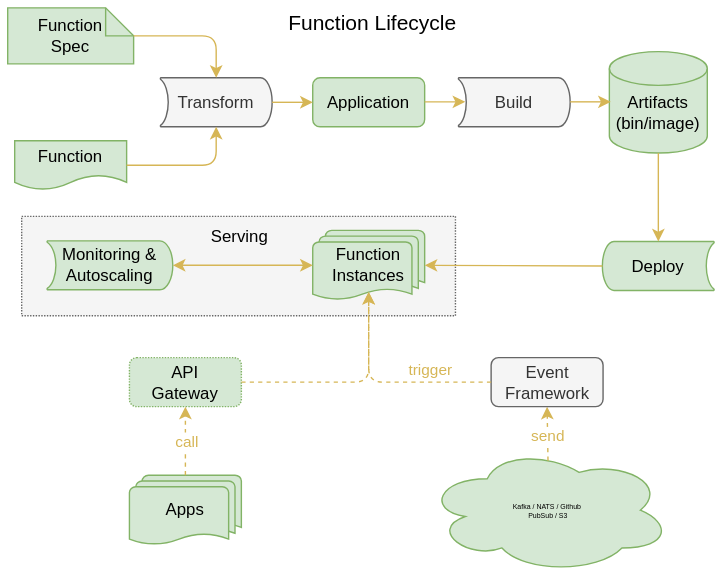
OpenFunction/OpenFunction keeps this draw.io diagram as docs/images/function-lifecycle.svg. Above is the earlier version. Source tidied: cells renumbered, new cells last; positions are measured from the earlier drawing's top-left corner, leaving out a move shared by most shapes. Its diagram source:
```xml
<mxGraphModel>
  <root>
    <mxCell id="0" />
    <mxCell id="1" parent="0" />
    <mxCell id="2" style="rounded=0;whiteSpace=wrap;html=1;dashed=1;fontColor=#333333;strokeWidth=1;fillColor=#f5f5f5;strokeColor=#666666;dashPattern=1 1;" parent="1" vertex="1">
      <mxGeometry x="10" y="149" width="310" height="71" as="geometry" />
    </mxCell>
    <mxCell id="3" value="Function" style="shape=document;whiteSpace=wrap;html=1;boundedLbl=1;fontSize=12;fillColor=#d5e8d4;strokeColor=#82b366;" parent="1" vertex="1">
      <mxGeometry x="5" y="95" width="80" height="35" as="geometry" />
    </mxCell>
    <mxCell id="4" value="&lt;font style=&quot;font-size: 5px&quot;&gt;Kafka / NATS / Github&amp;nbsp;&lt;br&gt;&lt;/font&gt;PubSub / S3" style="ellipse;shape=cloud;whiteSpace=wrap;html=1;fontSize=5;fillColor=#d5e8d4;strokeColor=#82b366;" parent="1" vertex="1">
      <mxGeometry x="299" y="314" width="175" height="90" as="geometry" />
    </mxCell>
    <mxCell id="5" value="Application" style="rounded=1;whiteSpace=wrap;html=1;fontSize=12;fillColor=#d5e8d4;strokeColor=#82b366;" parent="1" vertex="1">
      <mxGeometry x="218" y="50" width="80" height="35" as="geometry" />
    </mxCell>
    <mxCell id="6" value="Function&lt;br&gt;Spec" style="shape=note;size=20;whiteSpace=wrap;html=1;strokeWidth=1;fillColor=#d5e8d4;strokeColor=#82b366;" parent="1" vertex="1">
      <mxGeometry width="90" height="40" as="geometry" />
    </mxCell>
    <mxCell id="7" value="Transform" style="strokeWidth=1;html=1;shape=mxgraph.flowchart.stored_data;whiteSpace=wrap;direction=west;fillColor=#f5f5f5;strokeColor=#666666;fontColor=#333333;" parent="1" vertex="1">
      <mxGeometry x="109" y="50" width="80" height="35" as="geometry" />
    </mxCell>
    <mxCell id="8" style="edgeStyle=elbowEdgeStyle;elbow=horizontal;endArrow=classic;html=1;strokeWidth=1;exitX=1;exitY=0.5;exitDx=0;exitDy=0;entryX=0.5;entryY=0;entryDx=0;entryDy=0;entryPerimeter=0;fillColor=#fff2cc;strokeColor=#d6b656;" parent="1" edge="1" source="3" target="7">
      <mxGeometry relative="1" as="geometry">
        <Array as="points">
          <mxPoint x="149" y="100" />
        </Array>
      </mxGeometry>
    </mxCell>
    <mxCell id="9" style="edgeStyle=elbowEdgeStyle;elbow=horizontal;endArrow=classic;html=1;strokeWidth=1;exitX=0;exitY=0;exitDx=90;exitDy=20;fillColor=#fff2cc;strokeColor=#d6b656;exitPerimeter=0;entryX=0.5;entryY=1;entryDx=0;entryDy=0;entryPerimeter=0;" parent="1" edge="1" source="6" target="7">
      <mxGeometry relative="1" as="geometry">
        <Array as="points">
          <mxPoint x="149" y="40" />
          <mxPoint x="168" y="110" />
        </Array>
      </mxGeometry>
    </mxCell>
    <mxCell id="10" style="endArrow=classic;html=1;fontSize=5;strokeColor=#d6b656;exitX=0;exitY=0.5;exitDx=0;exitDy=0;exitPerimeter=0;fontColor=#7EA6E0;fillColor=#fff2cc;entryX=0;entryY=0.5;entryDx=0;entryDy=0;" parent="1" edge="1" source="7" target="5">
      <mxGeometry relative="1" as="geometry" />
    </mxCell>
    <mxCell id="11" value="Build" style="strokeWidth=1;html=1;shape=mxgraph.flowchart.stored_data;whiteSpace=wrap;direction=west;fillColor=#f5f5f5;strokeColor=#666666;fontColor=#333333;" parent="1" vertex="1">
      <mxGeometry x="322" y="50" width="80" height="35" as="geometry" />
    </mxCell>
    <mxCell id="12" style="endArrow=classic;html=1;fontSize=5;strokeColor=#d6b656;exitX=0;exitY=0.5;exitDx=0;exitDy=0;exitPerimeter=0;fontColor=#7EA6E0;fillColor=#fff2cc;entryX=0;entryY=0.5;entryDx=0;entryDy=0;" parent="1" edge="1">
      <mxGeometry relative="1" as="geometry">
        <mxPoint x="298" y="67.2" as="sourcePoint" />
        <mxPoint x="327" y="67.2" as="targetPoint" />
      </mxGeometry>
    </mxCell>
    <mxCell id="13" value="&lt;span&gt;&lt;br&gt;Artifacts&lt;/span&gt;&lt;br&gt;&lt;span&gt;(bin/image)&lt;/span&gt;" style="strokeWidth=1;html=1;shape=mxgraph.flowchart.database;whiteSpace=wrap;fillColor=#d5e8d4;strokeColor=#82b366;" parent="1" vertex="1">
      <mxGeometry x="430" y="31.2" width="70" height="72.5" as="geometry" />
    </mxCell>
    <mxCell id="14" style="endArrow=classic;html=1;fontSize=5;strokeColor=#d6b656;exitX=0;exitY=0.5;exitDx=0;exitDy=0;exitPerimeter=0;fontColor=#7EA6E0;fillColor=#fff2cc;entryX=0;entryY=0.5;entryDx=0;entryDy=0;" parent="1" edge="1">
      <mxGeometry relative="1" as="geometry">
        <mxPoint x="402" y="67.2" as="sourcePoint" />
        <mxPoint x="431" y="67.2" as="targetPoint" />
      </mxGeometry>
    </mxCell>
    <mxCell id="15" value="Deploy" style="strokeWidth=1;html=1;shape=mxgraph.flowchart.stored_data;whiteSpace=wrap;direction=east;fillColor=#d5e8d4;strokeColor=#82b366;" parent="1" vertex="1">
      <mxGeometry x="425" y="167" width="80" height="35" as="geometry" />
    </mxCell>
    <mxCell id="16" style="endArrow=classic;html=1;strokeWidth=1;exitX=0.5;exitY=1;exitDx=0;exitDy=0;exitPerimeter=0;fillColor=#fff2cc;strokeColor=#d6b656;" parent="1" edge="1" source="13" target="15">
      <mxGeometry relative="1" as="geometry" />
    </mxCell>
    <mxCell id="17" value="Function&lt;br&gt;Instances" style="strokeWidth=1;html=1;shape=mxgraph.flowchart.multi-document;whiteSpace=wrap;fillColor=#d5e8d4;strokeColor=#82b366;align=center;" parent="1" vertex="1">
      <mxGeometry x="218" y="159" width="80" height="50" as="geometry" />
    </mxCell>
    <mxCell id="18" style="endArrow=classic;html=1;strokeWidth=1;exitX=0;exitY=0.5;exitDx=0;exitDy=0;exitPerimeter=0;fillColor=#fff2cc;strokeColor=#d6b656;entryX=1;entryY=0.5;entryDx=0;entryDy=0;entryPerimeter=0;" parent="1" edge="1" source="15" target="17">
      <mxGeometry relative="1" as="geometry" />
    </mxCell>
    <mxCell id="19" value="Monitoring &amp;amp;&lt;br&gt;Autoscaling" style="strokeWidth=1;html=1;shape=mxgraph.flowchart.stored_data;whiteSpace=wrap;direction=west;fillColor=#d5e8d4;strokeColor=#82b366;" parent="1" vertex="1">
      <mxGeometry x="28" y="166.5" width="90" height="35" as="geometry" />
    </mxCell>
    <mxCell id="20" style="endArrow=classic;html=1;strokeWidth=1;exitX=0;exitY=0.5;exitDx=0;exitDy=0;exitPerimeter=0;fillColor=#fff2cc;strokeColor=#d6b656;entryX=0;entryY=0.5;entryDx=0;entryDy=0;entryPerimeter=0;startArrow=classic;startFill=1;" parent="1" edge="1" source="19" target="17">
      <mxGeometry relative="1" as="geometry" />
    </mxCell>
    <mxCell id="21" style="endArrow=classic;html=1;strokeWidth=1;fillColor=#fff2cc;strokeColor=#d6b656;entryX=0.5;entryY=1;entryDx=0;entryDy=0;exitX=0.498;exitY=0.107;exitDx=0;exitDy=0;exitPerimeter=0;dashed=1;" parent="1" edge="1" source="4" target="22">
      <mxGeometry relative="1" as="geometry" />
    </mxCell>
    <mxCell id="22" value="Event&lt;br&gt;Framework" style="rounded=1;whiteSpace=wrap;html=1;fontSize=12;fillColor=#f5f5f5;strokeColor=#666666;fontColor=#333333;" parent="1" vertex="1">
      <mxGeometry x="345.5" y="250" width="80" height="35" as="geometry" />
    </mxCell>
    <mxCell id="23" style="edgeStyle=elbowEdgeStyle;elbow=horizontal;endArrow=classic;html=1;strokeWidth=1;exitX=0;exitY=0.5;exitDx=0;exitDy=0;entryX=0.5;entryY=0.88;entryDx=0;entryDy=0;entryPerimeter=0;fillColor=#fff2cc;strokeColor=#d6b656;dashed=1;" parent="1" edge="1" source="22" target="17">
      <mxGeometry relative="1" as="geometry">
        <Array as="points">
          <mxPoint x="258" y="240" />
        </Array>
      </mxGeometry>
    </mxCell>
    <mxCell id="24" value="trigger" style="edgeLabel;html=1;align=center;verticalAlign=middle;fontColor=#D6B656;" parent="23" vertex="1">
      <mxGeometry x="-0.42" y="-1" relative="1" as="geometry">
        <mxPoint y="-8" as="offset" />
      </mxGeometry>
    </mxCell>
    <mxCell id="25" value="API&lt;br&gt;Gateway" style="rounded=1;whiteSpace=wrap;html=1;fontSize=12;fillColor=#d5e8d4;strokeColor=#82b366;dashed=1;dashPattern=1 1;" parent="1" vertex="1">
      <mxGeometry x="87" y="250" width="80" height="35" as="geometry" />
    </mxCell>
    <mxCell id="26" style="edgeStyle=elbowEdgeStyle;elbow=horizontal;endArrow=classic;html=1;strokeWidth=1;exitX=1;exitY=0.5;exitDx=0;exitDy=0;entryX=0.5;entryY=0.88;entryDx=0;entryDy=0;entryPerimeter=0;fillColor=#fff2cc;strokeColor=#d6b656;startArrow=none;startFill=0;dashed=1;" parent="1" edge="1" source="25" target="17">
      <mxGeometry relative="1" as="geometry">
        <Array as="points">
          <mxPoint x="258" y="240" />
        </Array>
      </mxGeometry>
    </mxCell>
    <mxCell id="27" value="Apps" style="strokeWidth=1;html=1;shape=mxgraph.flowchart.multi-document;whiteSpace=wrap;fillColor=#d5e8d4;strokeColor=#82b366;align=center;" parent="1" vertex="1">
      <mxGeometry x="87" y="334" width="80" height="50" as="geometry" />
    </mxCell>
    <mxCell id="28" style="endArrow=classic;html=1;fontSize=5;strokeColor=#d6b656;exitX=0.5;exitY=0;exitDx=0;exitDy=0;exitPerimeter=0;fontColor=#7EA6E0;fillColor=#fff2cc;entryX=0.5;entryY=1;entryDx=0;entryDy=0;startArrow=none;startFill=0;dashed=1;" parent="1" edge="1" source="27" target="25">
      <mxGeometry relative="1" as="geometry" />
    </mxCell>
    <mxCell id="29" value="call" style="edgeLabel;html=1;align=center;verticalAlign=middle;fontColor=#D6B656;" parent="28" vertex="1">
      <mxGeometry x="0.18" relative="1" as="geometry">
        <mxPoint y="4" as="offset" />
      </mxGeometry>
    </mxCell>
    <mxCell id="30" value="send" style="edgeLabel;html=1;align=center;verticalAlign=middle;fontColor=#D6B656;" parent="1" vertex="1">
      <mxGeometry x="142" y="318.7" as="geometry">
        <mxPoint x="243" y="-13" as="offset" />
      </mxGeometry>
    </mxCell>
    <mxCell id="31" value="&lt;font color=&quot;#000000&quot;&gt;Serving&lt;/font&gt;" style="text;html=1;strokeColor=none;fillColor=none;align=center;verticalAlign=middle;whiteSpace=wrap;rounded=0;dashed=1;dashPattern=1 1;fontColor=#D6B656;" parent="1" vertex="1">
      <mxGeometry x="146" y="154" width="40" height="20" as="geometry" />
    </mxCell>
    <mxCell id="32" value="&lt;font style=&quot;font-size: 15px&quot;&gt;Function Lifecycle&lt;/font&gt;" style="text;html=1;strokeColor=none;fillColor=none;align=center;verticalAlign=middle;whiteSpace=wrap;rounded=0;" parent="1" vertex="1">
      <mxGeometry x="175.5" width="170" height="20" as="geometry" />
    </mxCell>
  </root>
</mxGraphModel>
```
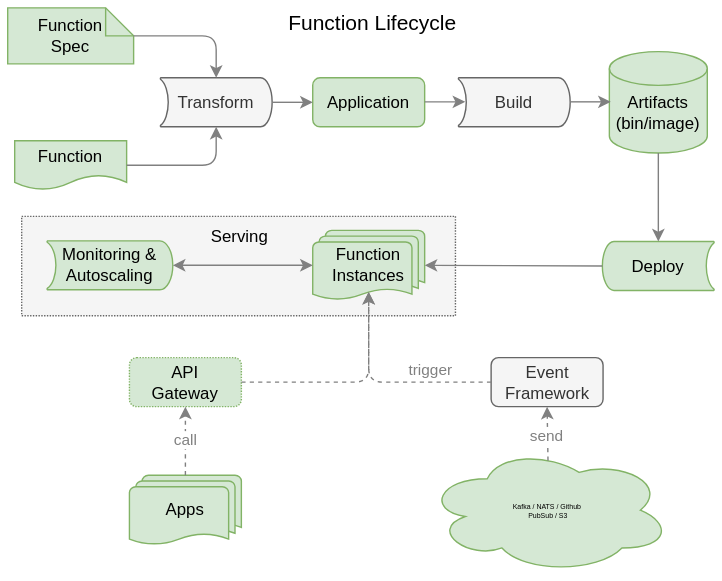
Above is the later version.

Commit message:
change image for function lifecycle (#320)

Change to the diagram source:
```diff
@@ -20,14 +20,14 @@
     <mxCell id="7" value="Transform" style="strokeWidth=1;html=1;shape=mxgraph.flowchart.stored_data;whiteSpace=wrap;direction=west;fillColor=#f5f5f5;strokeColor=#666666;fontColor=#333333;" parent="1" vertex="1">
       <mxGeometry x="109" y="50" width="80" height="35" as="geometry" />
     </mxCell>
-    <mxCell id="8" style="edgeStyle=elbowEdgeStyle;elbow=horizontal;endArrow=classic;html=1;strokeWidth=1;exitX=1;exitY=0.5;exitDx=0;exitDy=0;entryX=0.5;entryY=0;entryDx=0;entryDy=0;entryPerimeter=0;fillColor=#fff2cc;strokeColor=#d6b656;" parent="1" edge="1" source="3" target="7">
+    <mxCell id="8" style="edgeStyle=elbowEdgeStyle;elbow=horizontal;endArrow=classic;html=1;strokeWidth=1;exitX=1;exitY=0.5;exitDx=0;exitDy=0;entryX=0.5;entryY=0;entryDx=0;entryDy=0;entryPerimeter=0;fillColor=#fff2cc;strokeColor=#808080;" parent="1" edge="1" source="3" target="7">
       <mxGeometry relative="1" as="geometry">
         <Array as="points">
           <mxPoint x="149" y="100" />
         </Array>
       </mxGeometry>
     </mxCell>
-    <mxCell id="9" style="edgeStyle=elbowEdgeStyle;elbow=horizontal;endArrow=classic;html=1;strokeWidth=1;exitX=0;exitY=0;exitDx=90;exitDy=20;fillColor=#fff2cc;strokeColor=#d6b656;exitPerimeter=0;entryX=0.5;entryY=1;entryDx=0;entryDy=0;entryPerimeter=0;" parent="1" edge="1" source="6" target="7">
+    <mxCell id="9" style="edgeStyle=elbowEdgeStyle;elbow=horizontal;endArrow=classic;html=1;strokeWidth=1;exitX=0;exitY=0;exitDx=90;exitDy=20;fillColor=#fff2cc;strokeColor=#808080;exitPerimeter=0;entryX=0.5;entryY=1;entryDx=0;entryDy=0;entryPerimeter=0;" parent="1" edge="1" source="6" target="7">
       <mxGeometry relative="1" as="geometry">
         <Array as="points">
           <mxPoint x="149" y="40" />
@@ -35,13 +35,13 @@
         </Array>
       </mxGeometry>
     </mxCell>
-    <mxCell id="10" style="endArrow=classic;html=1;fontSize=5;strokeColor=#d6b656;exitX=0;exitY=0.5;exitDx=0;exitDy=0;exitPerimeter=0;fontColor=#7EA6E0;fillColor=#fff2cc;entryX=0;entryY=0.5;entryDx=0;entryDy=0;" parent="1" edge="1" source="7" target="5">
+    <mxCell id="10" style="endArrow=classic;html=1;fontSize=5;strokeColor=#808080;exitX=0;exitY=0.5;exitDx=0;exitDy=0;exitPerimeter=0;fontColor=#7EA6E0;fillColor=#fff2cc;entryX=0;entryY=0.5;entryDx=0;entryDy=0;" parent="1" edge="1" source="7" target="5">
       <mxGeometry relative="1" as="geometry" />
     </mxCell>
     <mxCell id="11" value="Build" style="strokeWidth=1;html=1;shape=mxgraph.flowchart.stored_data;whiteSpace=wrap;direction=west;fillColor=#f5f5f5;strokeColor=#666666;fontColor=#333333;" parent="1" vertex="1">
       <mxGeometry x="322" y="50" width="80" height="35" as="geometry" />
     </mxCell>
-    <mxCell id="12" style="endArrow=classic;html=1;fontSize=5;strokeColor=#d6b656;exitX=0;exitY=0.5;exitDx=0;exitDy=0;exitPerimeter=0;fontColor=#7EA6E0;fillColor=#fff2cc;entryX=0;entryY=0.5;entryDx=0;entryDy=0;" parent="1" edge="1">
+    <mxCell id="12" style="endArrow=classic;html=1;fontSize=5;strokeColor=#808080;exitX=0;exitY=0.5;exitDx=0;exitDy=0;exitPerimeter=0;fontColor=#7EA6E0;fillColor=#fff2cc;entryX=0;entryY=0.5;entryDx=0;entryDy=0;" parent="1" edge="1">
       <mxGeometry relative="1" as="geometry">
         <mxPoint x="298" y="67.2" as="sourcePoint" />
         <mxPoint x="327" y="67.2" as="targetPoint" />
@@ -50,7 +50,7 @@
     <mxCell id="13" value="&lt;span&gt;&lt;br&gt;Artifacts&lt;/span&gt;&lt;br&gt;&lt;span&gt;(bin/image)&lt;/span&gt;" style="strokeWidth=1;html=1;shape=mxgraph.flowchart.database;whiteSpace=wrap;fillColor=#d5e8d4;strokeColor=#82b366;" parent="1" vertex="1">
       <mxGeometry x="430" y="31.2" width="70" height="72.5" as="geometry" />
     </mxCell>
-    <mxCell id="14" style="endArrow=classic;html=1;fontSize=5;strokeColor=#d6b656;exitX=0;exitY=0.5;exitDx=0;exitDy=0;exitPerimeter=0;fontColor=#7EA6E0;fillColor=#fff2cc;entryX=0;entryY=0.5;entryDx=0;entryDy=0;" parent="1" edge="1">
+    <mxCell id="14" style="endArrow=classic;html=1;fontSize=5;strokeColor=#808080;exitX=0;exitY=0.5;exitDx=0;exitDy=0;exitPerimeter=0;fontColor=#7EA6E0;fillColor=#fff2cc;entryX=0;entryY=0.5;entryDx=0;entryDy=0;" parent="1" edge="1">
       <mxGeometry relative="1" as="geometry">
         <mxPoint x="402" y="67.2" as="sourcePoint" />
         <mxPoint x="431" y="67.2" as="targetPoint" />
@@ -59,35 +59,35 @@
     <mxCell id="15" value="Deploy" style="strokeWidth=1;html=1;shape=mxgraph.flowchart.stored_data;whiteSpace=wrap;direction=east;fillColor=#d5e8d4;strokeColor=#82b366;" parent="1" vertex="1">
       <mxGeometry x="425" y="167" width="80" height="35" as="geometry" />
     </mxCell>
-    <mxCell id="16" style="endArrow=classic;html=1;strokeWidth=1;exitX=0.5;exitY=1;exitDx=0;exitDy=0;exitPerimeter=0;fillColor=#fff2cc;strokeColor=#d6b656;" parent="1" edge="1" source="13" target="15">
+    <mxCell id="16" style="endArrow=classic;html=1;strokeWidth=1;exitX=0.5;exitY=1;exitDx=0;exitDy=0;exitPerimeter=0;fillColor=#fff2cc;strokeColor=#808080;" parent="1" edge="1" source="13" target="15">
       <mxGeometry relative="1" as="geometry" />
     </mxCell>
     <mxCell id="17" value="Function&lt;br&gt;Instances" style="strokeWidth=1;html=1;shape=mxgraph.flowchart.multi-document;whiteSpace=wrap;fillColor=#d5e8d4;strokeColor=#82b366;align=center;" parent="1" vertex="1">
       <mxGeometry x="218" y="159" width="80" height="50" as="geometry" />
     </mxCell>
-    <mxCell id="18" style="endArrow=classic;html=1;strokeWidth=1;exitX=0;exitY=0.5;exitDx=0;exitDy=0;exitPerimeter=0;fillColor=#fff2cc;strokeColor=#d6b656;entryX=1;entryY=0.5;entryDx=0;entryDy=0;entryPerimeter=0;" parent="1" edge="1" source="15" target="17">
+    <mxCell id="18" style="endArrow=classic;html=1;strokeWidth=1;exitX=0;exitY=0.5;exitDx=0;exitDy=0;exitPerimeter=0;fillColor=#fff2cc;strokeColor=#808080;entryX=1;entryY=0.5;entryDx=0;entryDy=0;entryPerimeter=0;" parent="1" edge="1" source="15" target="17">
       <mxGeometry relative="1" as="geometry" />
     </mxCell>
     <mxCell id="19" value="Monitoring &amp;amp;&lt;br&gt;Autoscaling" style="strokeWidth=1;html=1;shape=mxgraph.flowchart.stored_data;whiteSpace=wrap;direction=west;fillColor=#d5e8d4;strokeColor=#82b366;" parent="1" vertex="1">
       <mxGeometry x="28" y="166.5" width="90" height="35" as="geometry" />
     </mxCell>
-    <mxCell id="20" style="endArrow=classic;html=1;strokeWidth=1;exitX=0;exitY=0.5;exitDx=0;exitDy=0;exitPerimeter=0;fillColor=#fff2cc;strokeColor=#d6b656;entryX=0;entryY=0.5;entryDx=0;entryDy=0;entryPerimeter=0;startArrow=classic;startFill=1;" parent="1" edge="1" source="19" target="17">
+    <mxCell id="20" style="endArrow=classic;html=1;strokeWidth=1;exitX=0;exitY=0.5;exitDx=0;exitDy=0;exitPerimeter=0;fillColor=#fff2cc;strokeColor=#808080;entryX=0;entryY=0.5;entryDx=0;entryDy=0;entryPerimeter=0;startArrow=classic;startFill=1;" parent="1" edge="1" source="19" target="17">
       <mxGeometry relative="1" as="geometry" />
     </mxCell>
-    <mxCell id="21" style="endArrow=classic;html=1;strokeWidth=1;fillColor=#fff2cc;strokeColor=#d6b656;entryX=0.5;entryY=1;entryDx=0;entryDy=0;exitX=0.498;exitY=0.107;exitDx=0;exitDy=0;exitPerimeter=0;dashed=1;" parent="1" edge="1" source="4" target="22">
+    <mxCell id="21" style="endArrow=classic;html=1;strokeWidth=1;fillColor=#fff2cc;strokeColor=#808080;entryX=0.5;entryY=1;entryDx=0;entryDy=0;exitX=0.498;exitY=0.107;exitDx=0;exitDy=0;exitPerimeter=0;dashed=1;" parent="1" edge="1" source="4" target="22">
       <mxGeometry relative="1" as="geometry" />
     </mxCell>
     <mxCell id="22" value="Event&lt;br&gt;Framework" style="rounded=1;whiteSpace=wrap;html=1;fontSize=12;fillColor=#f5f5f5;strokeColor=#666666;fontColor=#333333;" parent="1" vertex="1">
       <mxGeometry x="345.5" y="250" width="80" height="35" as="geometry" />
     </mxCell>
-    <mxCell id="23" style="edgeStyle=elbowEdgeStyle;elbow=horizontal;endArrow=classic;html=1;strokeWidth=1;exitX=0;exitY=0.5;exitDx=0;exitDy=0;entryX=0.5;entryY=0.88;entryDx=0;entryDy=0;entryPerimeter=0;fillColor=#fff2cc;strokeColor=#d6b656;dashed=1;" parent="1" edge="1" source="22" target="17">
+    <mxCell id="23" style="edgeStyle=elbowEdgeStyle;elbow=horizontal;endArrow=classic;html=1;strokeWidth=1;exitX=0;exitY=0.5;exitDx=0;exitDy=0;entryX=0.5;entryY=0.88;entryDx=0;entryDy=0;entryPerimeter=0;fillColor=#fff2cc;strokeColor=#808080;dashed=1;" parent="1" edge="1" source="22" target="17">
       <mxGeometry relative="1" as="geometry">
         <Array as="points">
           <mxPoint x="258" y="240" />
         </Array>
       </mxGeometry>
     </mxCell>
-    <mxCell id="24" value="trigger" style="edgeLabel;html=1;align=center;verticalAlign=middle;fontColor=#D6B656;" parent="23" vertex="1">
+    <mxCell id="24" value="trigger" style="edgeLabel;html=1;align=center;verticalAlign=middle;fontColor=#808080;" parent="23" vertex="1">
       <mxGeometry x="-0.42" y="-1" relative="1" as="geometry">
         <mxPoint y="-8" as="offset" />
       </mxGeometry>
@@ -95,7 +95,7 @@
     <mxCell id="25" value="API&lt;br&gt;Gateway" style="rounded=1;whiteSpace=wrap;html=1;fontSize=12;fillColor=#d5e8d4;strokeColor=#82b366;dashed=1;dashPattern=1 1;" parent="1" vertex="1">
       <mxGeometry x="87" y="250" width="80" height="35" as="geometry" />
     </mxCell>
-    <mxCell id="26" style="edgeStyle=elbowEdgeStyle;elbow=horizontal;endArrow=classic;html=1;strokeWidth=1;exitX=1;exitY=0.5;exitDx=0;exitDy=0;entryX=0.5;entryY=0.88;entryDx=0;entryDy=0;entryPerimeter=0;fillColor=#fff2cc;strokeColor=#d6b656;startArrow=none;startFill=0;dashed=1;" parent="1" edge="1" source="25" target="17">
+    <mxCell id="26" style="edgeStyle=elbowEdgeStyle;elbow=horizontal;endArrow=classic;html=1;strokeWidth=1;exitX=1;exitY=0.5;exitDx=0;exitDy=0;entryX=0.5;entryY=0.88;entryDx=0;entryDy=0;entryPerimeter=0;fillColor=#fff2cc;strokeColor=#808080;startArrow=none;startFill=0;dashed=1;" parent="1" edge="1" source="25" target="17">
       <mxGeometry relative="1" as="geometry">
         <Array as="points">
           <mxPoint x="258" y="240" />
@@ -105,15 +105,15 @@
     <mxCell id="27" value="Apps" style="strokeWidth=1;html=1;shape=mxgraph.flowchart.multi-document;whiteSpace=wrap;fillColor=#d5e8d4;strokeColor=#82b366;align=center;" parent="1" vertex="1">
       <mxGeometry x="87" y="334" width="80" height="50" as="geometry" />
     </mxCell>
-    <mxCell id="28" style="endArrow=classic;html=1;fontSize=5;strokeColor=#d6b656;exitX=0.5;exitY=0;exitDx=0;exitDy=0;exitPerimeter=0;fontColor=#7EA6E0;fillColor=#fff2cc;entryX=0.5;entryY=1;entryDx=0;entryDy=0;startArrow=none;startFill=0;dashed=1;" parent="1" edge="1" source="27" target="25">
+    <mxCell id="28" style="endArrow=classic;html=1;fontSize=5;strokeColor=#808080;exitX=0.5;exitY=0;exitDx=0;exitDy=0;exitPerimeter=0;fontColor=#7EA6E0;fillColor=#fff2cc;entryX=0.5;entryY=1;entryDx=0;entryDy=0;startArrow=none;startFill=0;dashed=1;" parent="1" edge="1" source="27" target="25">
       <mxGeometry relative="1" as="geometry" />
     </mxCell>
-    <mxCell id="29" value="call" style="edgeLabel;html=1;align=center;verticalAlign=middle;fontColor=#D6B656;" parent="28" vertex="1">
+    <mxCell id="29" value="call" style="edgeLabel;html=1;align=center;verticalAlign=middle;fontColor=#808080;" parent="28" vertex="1">
       <mxGeometry x="0.18" relative="1" as="geometry">
         <mxPoint y="4" as="offset" />
       </mxGeometry>
     </mxCell>
-    <mxCell id="30" value="send" style="edgeLabel;html=1;align=center;verticalAlign=middle;fontColor=#D6B656;" parent="1" vertex="1">
+    <mxCell id="30" value="send" style="edgeLabel;html=1;align=center;verticalAlign=middle;fontColor=#808080;" parent="1" vertex="1">
       <mxGeometry x="142" y="318.7" as="geometry">
         <mxPoint x="243" y="-13" as="offset" />
       </mxGeometry>
```
